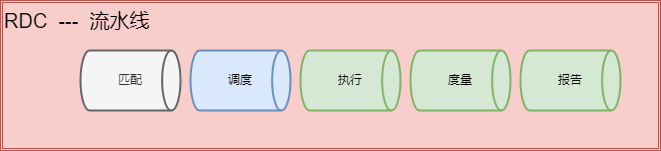
Above: architecture/模块化.drawio.png in muxicode/c153080686 (draw.io), before the change. Source tidied: cells renumbered, new cells last; positions are measured from the earlier drawing's top-left corner, leaving out a move shared by most shapes.
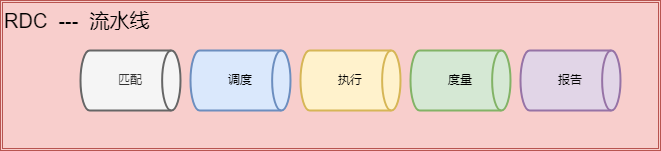
After the commit.

Commit message:
更新模块化.drawio.png

Change to the diagram source:
```diff
@@ -8,13 +8,13 @@
     <mxCell id="3" value="匹配" style="strokeWidth=2;html=1;shape=mxgraph.flowchart.direct_data;whiteSpace=wrap;fillColor=#f5f5f5;fontColor=#333333;strokeColor=#666666;" parent="1" vertex="1">
       <mxGeometry x="80" y="50" width="100" height="60" as="geometry" />
     </mxCell>
-    <mxCell id="4" value="执行" style="strokeWidth=2;html=1;shape=mxgraph.flowchart.direct_data;whiteSpace=wrap;fillColor=#d5e8d4;strokeColor=#82b366;" parent="1" vertex="1">
+    <mxCell id="4" value="执行" style="strokeWidth=2;html=1;shape=mxgraph.flowchart.direct_data;whiteSpace=wrap;fillColor=#fff2cc;strokeColor=#d6b656;" parent="1" vertex="1">
       <mxGeometry x="300" y="50" width="100" height="60" as="geometry" />
     </mxCell>
     <mxCell id="5" value="调度" style="strokeWidth=2;html=1;shape=mxgraph.flowchart.direct_data;whiteSpace=wrap;fillColor=#dae8fc;strokeColor=#6c8ebf;" parent="1" vertex="1">
       <mxGeometry x="190" y="50" width="100" height="60" as="geometry" />
     </mxCell>
-    <mxCell id="6" value="报告" style="strokeWidth=2;html=1;shape=mxgraph.flowchart.direct_data;whiteSpace=wrap;fillColor=#d5e8d4;strokeColor=#82b366;" parent="1" vertex="1">
+    <mxCell id="6" value="报告" style="strokeWidth=2;html=1;shape=mxgraph.flowchart.direct_data;whiteSpace=wrap;fillColor=#e1d5e7;strokeColor=#9673a6;" parent="1" vertex="1">
       <mxGeometry x="520" y="50" width="100" height="60" as="geometry" />
     </mxCell>
     <mxCell id="7" value="度量" style="strokeWidth=2;html=1;shape=mxgraph.flowchart.direct_data;whiteSpace=wrap;fillColor=#d5e8d4;strokeColor=#82b366;" parent="1" vertex="1">
```
